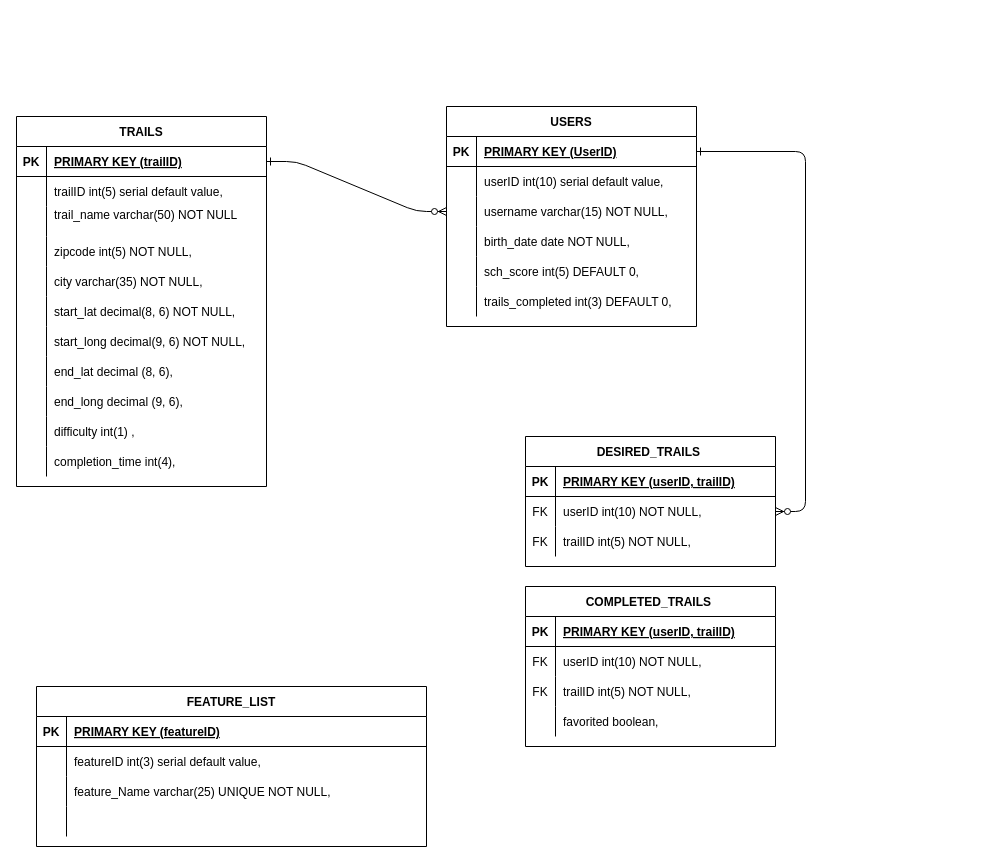
This is Example Screenshots/Untitled Diagram.drawio from michaelbabinec/SoCalHikes, a draw.io file, before an edit. Source tidied: cells renumbered, new cells numbered last; positions are measured from the earlier drawing's top-left corner, leaving out a move shared by most shapes. Both pictures are drawn from the tidied source at 100%, with x=0, y=0 at pixel (16, 106).
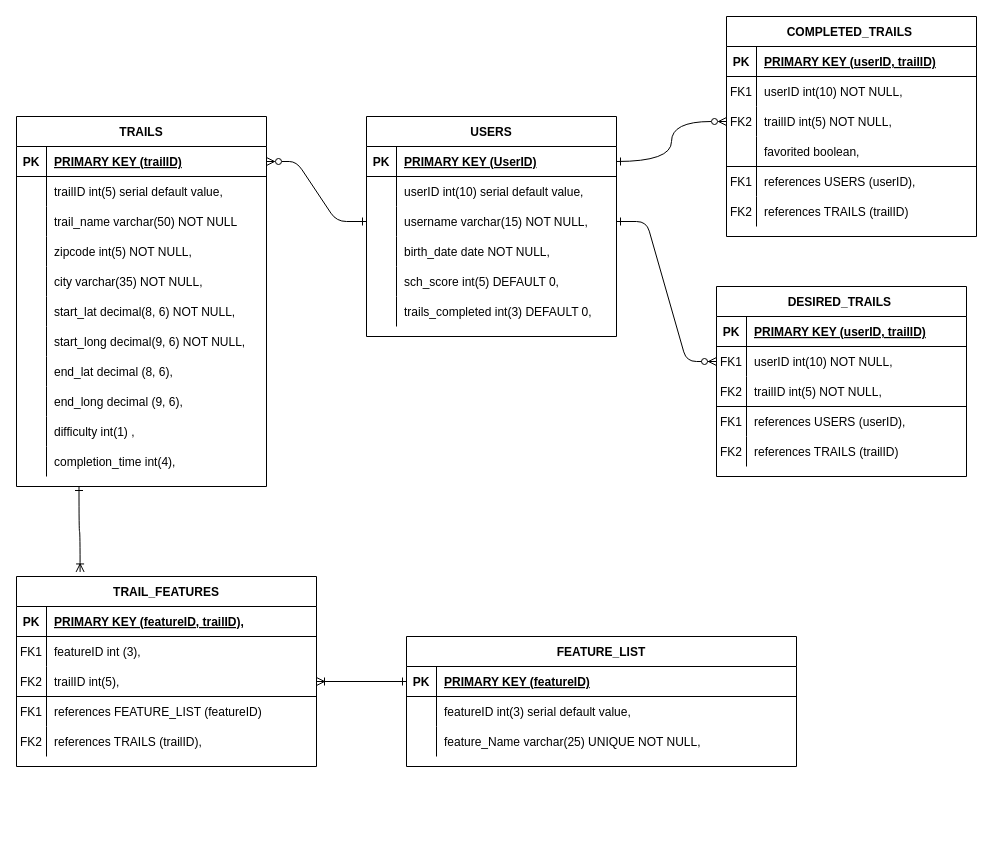
The same page after the edit.

The change refers to these unchanged cells:
```xml
<mxCell id="5" style="shape=partialRectangle;fillColor=none;points=[[0,0.5],[1,0.5]];portConstraint=eastwest;top=0;left=0;right=0;bottom=1;" parent="4" vertex="1">
  <mxGeometry y="30" width="250" height="30" as="geometry" />
</mxCell>
<mxCell id="11" style="shape=partialRectangle;fillColor=none;points=[[0,0.5],[1,0.5]];portConstraint=eastwest;top=0;left=0;right=0;bottom=0;" parent="4" vertex="1">
  <mxGeometry y="90" width="250" height="30" as="geometry" />
</mxCell>
<mxCell id="27" style="shape=partialRectangle;fillColor=none;points=[[0,0.5],[1,0.5]];portConstraint=eastwest;top=0;left=0;right=0;bottom=0;" parent="23" vertex="1">
  <mxGeometry y="60" width="250" height="30" as="geometry" />
</mxCell>
<mxCell id="30" style="shape=partialRectangle;fillColor=none;top=0;left=0;right=0;bottom=0;" parent="23" vertex="1">
  <mxGeometry y="90" width="250" height="30" as="geometry" />
</mxCell>
<mxCell id="33" value="TRAILS" style="shape=table;startSize=30;childLayout=tableLayout;rowLines=0;fontStyle=1;align=center;" parent="1" vertex="1">
  <mxGeometry y="10" width="250" height="370" as="geometry" />
</mxCell>
<mxCell id="34" style="shape=partialRectangle;fillColor=none;points=[[0,0.5],[1,0.5]];portConstraint=eastwest;top=0;left=0;right=0;bottom=1;" parent="33" vertex="1">
  <mxGeometry y="30" width="250" height="30" as="geometry" />
</mxCell>
<mxCell id="40" style="shape=partialRectangle;fillColor=none;top=0;left=0;right=0;bottom=0;" parent="33" vertex="1">
  <mxGeometry y="90" width="250" height="30" as="geometry" />
</mxCell>
<mxCell id="71" style="shape=partialRectangle;fillColor=none;top=0;left=0;right=0;bottom=0;" parent="67" vertex="1">
  <mxGeometry y="60" width="250" height="30" as="geometry" />
</mxCell>
<mxCell id="74" style="shape=partialRectangle;fillColor=none;points=[[0,0.5],[1,0.5]];portConstraint=eastwest;top=0;left=0;right=0;bottom=0;" parent="67" vertex="1">
  <mxGeometry y="90" width="250" height="30" as="geometry" />
</mxCell>
<mxCell id="81" style="shape=partialRectangle;fillColor=none;points=[[0,0.5],[1,0.5]];portConstraint=eastwest;top=0;left=0;right=0;bottom=1;" parent="80" vertex="1">
  <mxGeometry y="30" width="390" height="30" as="geometry" />
</mxCell>
```

Diff of the diagram source:
```diff
@@
-    <mxCell id="2" style="edgeStyle=entityRelationEdgeStyle;endArrow=ERzeroToMany;startArrow=ERone;endFill=1;startFill=0;" parent="1" edge="1" source="34" target="11">
+    <mxCell id="2" style="edgeStyle=entityRelationEdgeStyle;endArrow=ERone;startArrow=ERzeroToMany;endFill=0;startFill=0;" parent="1" edge="1" source="34" target="11">
       <mxGeometry relative="1" as="geometry" />
     </mxCell>
-    <mxCell id="3" style="edgeStyle=entityRelationEdgeStyle;endArrow=ERzeroToMany;startArrow=ERone;endFill=1;startFill=0;" parent="1" edge="1" source="5" target="27">
+    <mxCell id="3" style="edgeStyle=entityRelationEdgeStyle;endArrow=ERzeroToMany;startArrow=ERone;endFill=1;startFill=0;exitX=1;exitY=0.5;exitDx=0;exitDy=0;" parent="1" edge="1" source="11" target="27">
       <mxGeometry relative="1" as="geometry" />
     </mxCell>
     <mxCell id="4" value="USERS" style="shape=table;startSize=30;childLayout=tableLayout;rowLines=0;fontStyle=1;align=center;" parent="1" vertex="1">
-      <mxGeometry x="430" width="250" height="220" as="geometry" />
+      <mxGeometry x="350" y="10" width="250" height="220" as="geometry" />
     </mxCell>
@@
     <mxCell id="23" value="DESIRED_TRAILS " style="shape=table;startSize=30;childLayout=tableLayout;rowLines=0;fontStyle=1;align=center;" parent="1" vertex="1">
-      <mxGeometry x="509" y="330" width="250" height="130" as="geometry" />
+      <mxGeometry x="700" y="180" width="250" height="190" as="geometry" />
     </mxCell>
@@
-    <mxCell id="28" value="FK" style="shape=partialRectangle;overflow=hidden;fillColor=none;top=0;left=0;bottom=0;right=0;" parent="27" vertex="1">
+    <mxCell id="28" value="FK1" style="shape=partialRectangle;overflow=hidden;fillColor=none;top=0;left=0;bottom=0;right=0;" parent="27" vertex="1">
       <mxGeometry width="30" height="30" as="geometry" />
     </mxCell>
@@
-    <mxCell id="31" value="FK" style="shape=partialRectangle;overflow=hidden;fillColor=none;top=0;left=0;bottom=0;right=0;" parent="30" vertex="1">
+    <mxCell id="31" value="FK2" style="shape=partialRectangle;overflow=hidden;fillColor=none;top=0;left=0;bottom=0;right=0;" parent="30" vertex="1">
       <mxGeometry width="30" height="30" as="geometry" />
     </mxCell>
@@
+    <mxCell id="93" style="shape=partialRectangle;fillColor=none;top=1;left=0;right=0;bottom=0;" parent="23" vertex="1">
+      <mxGeometry y="120" width="250" height="30" as="geometry" />
+    </mxCell>
+    <mxCell id="94" value="FK1" style="shape=partialRectangle;overflow=hidden;fillColor=none;top=0;left=0;bottom=0;right=0;" parent="93" vertex="1">
+      <mxGeometry width="30" height="30" as="geometry" />
+    </mxCell>
+    <mxCell id="95" value="references USERS (userID)," style="shape=partialRectangle;overflow=hidden;fillColor=none;top=0;left=0;bottom=0;right=0;align=left;spacingLeft=6;" parent="93" vertex="1">
+      <mxGeometry x="30" width="220" height="30" as="geometry" />
+    </mxCell>
+    <mxCell id="96" style="shape=partialRectangle;fillColor=none;top=0;left=0;right=0;bottom=0;" parent="23" vertex="1">
+      <mxGeometry y="150" width="250" height="30" as="geometry" />
+    </mxCell>
+    <mxCell id="97" value="FK2" style="shape=partialRectangle;overflow=hidden;fillColor=none;top=0;left=0;bottom=0;right=0;" parent="96" vertex="1">
+      <mxGeometry width="30" height="30" as="geometry" />
+    </mxCell>
+    <mxCell id="98" value="references TRAILS (trailID)" style="shape=partialRectangle;overflow=hidden;fillColor=none;top=0;left=0;bottom=0;right=0;align=left;spacingLeft=6;" parent="96" vertex="1">
+      <mxGeometry x="30" width="220" height="30" as="geometry" />
+    </mxCell>
@@
-    <mxCell id="42" value="trail_name varchar(50) NOT NULL&#10;" style="shape=partialRectangle;overflow=hidden;fillColor=none;top=0;left=0;bottom=0;right=0;align=left;spacingLeft=6;" parent="40" vertex="1">
+    <mxCell id="42" value="trail_name varchar(50) NOT NULL" style="shape=partialRectangle;overflow=hidden;fillColor=none;top=0;left=0;bottom=0;right=0;align=left;spacingLeft=6;" parent="40" vertex="1">
       <mxGeometry x="30" width="220" height="30" as="geometry" />
     </mxCell>
@@
     <mxCell id="67" value="COMPLETED_TRAILS " style="shape=table;startSize=30;childLayout=tableLayout;rowLines=0;fontStyle=1;align=center;" parent="1" vertex="1">
-      <mxGeometry x="509" y="480" width="250" height="160" as="geometry" />
+      <mxGeometry x="710" y="-90" width="250" height="220" as="geometry" />
     </mxCell>
@@
-    <mxCell id="72" value="FK" style="shape=partialRectangle;overflow=hidden;fillColor=none;top=0;left=0;bottom=0;right=0;" parent="71" vertex="1">
+    <mxCell id="72" value="FK1" style="shape=partialRectangle;overflow=hidden;fillColor=none;top=0;left=0;bottom=0;right=0;" parent="71" vertex="1">
       <mxGeometry width="30" height="30" as="geometry" />
     </mxCell>
@@
-    <mxCell id="75" value="FK" style="shape=partialRectangle;overflow=hidden;fillColor=none;top=0;left=0;bottom=0;right=0;" parent="74" vertex="1">
+    <mxCell id="75" value="FK2" style="shape=partialRectangle;overflow=hidden;fillColor=none;top=0;left=0;bottom=0;right=0;" parent="74" vertex="1">
       <mxGeometry width="30" height="30" as="geometry" />
     </mxCell>
@@
+    <mxCell id="99" style="shape=partialRectangle;fillColor=none;top=1;left=0;right=0;bottom=0;" parent="67" vertex="1">
+      <mxGeometry y="150" width="250" height="30" as="geometry" />
+    </mxCell>
+    <mxCell id="100" value="FK1" style="shape=partialRectangle;overflow=hidden;fillColor=none;top=0;left=0;bottom=0;right=0;" parent="99" vertex="1">
+      <mxGeometry width="30" height="30" as="geometry" />
+    </mxCell>
+    <mxCell id="101" value="references USERS (userID)," style="shape=partialRectangle;overflow=hidden;fillColor=none;top=0;left=0;bottom=0;right=0;align=left;spacingLeft=6;" parent="99" vertex="1">
+      <mxGeometry x="30" width="220" height="30" as="geometry" />
+    </mxCell>
+    <mxCell id="102" style="shape=partialRectangle;fillColor=none;top=0;left=0;right=0;bottom=0;" parent="67" vertex="1">
+      <mxGeometry y="180" width="250" height="30" as="geometry" />
+    </mxCell>
+    <mxCell id="103" value="FK2" style="shape=partialRectangle;overflow=hidden;fillColor=none;top=0;left=0;bottom=0;right=0;" parent="102" vertex="1">
+      <mxGeometry width="30" height="30" as="geometry" />
+    </mxCell>
+    <mxCell id="104" value="references TRAILS (trailID)" style="shape=partialRectangle;overflow=hidden;fillColor=none;top=0;left=0;bottom=0;right=0;align=left;spacingLeft=6;" parent="102" vertex="1">
+      <mxGeometry x="30" width="220" height="30" as="geometry" />
+    </mxCell>
     <mxCell id="80" value="FEATURE_LIST" style="shape=table;startSize=30;childLayout=tableLayout;rowLines=0;fontStyle=1;align=center;" parent="1" vertex="1">
-      <mxGeometry x="20" y="580" width="390" height="160" as="geometry" />
+      <mxGeometry x="390" y="530" width="390" height="130" as="geometry" />
     </mxCell>
@@
-    <mxCell id="90" style="shape=partialRectangle;fillColor=none;top=0;left=0;right=0;bottom=0;" parent="80" vertex="1">
-      <mxGeometry y="120" width="390" height="30" as="geometry" />
-    </mxCell>
-    <mxCell id="91" style="shape=partialRectangle;overflow=hidden;fillColor=none;top=0;left=0;bottom=0;right=0;" parent="90" vertex="1">
-      <mxGeometry width="30" height="30" as="geometry" />
-    </mxCell>
-    <mxCell id="92" style="shape=partialRectangle;overflow=hidden;fillColor=none;top=0;left=0;bottom=0;right=0;align=left;spacingLeft=6;" parent="90" vertex="1">
-      <mxGeometry x="30" width="360" height="30" as="geometry" />
-    </mxCell>
+    <mxCell id="105" style="edgeStyle=orthogonalEdgeStyle;rounded=1;jettySize=auto;html=1;exitX=1;exitY=0.5;exitDx=0;exitDy=0;entryX=0;entryY=0.5;entryDx=0;entryDy=0;strokeColor=default;endArrow=ERzeroToMany;endFill=0;startArrow=ERone;startFill=0;curved=1;" parent="1" edge="1" source="5" target="74">
+      <mxGeometry relative="1" as="geometry" />
+    </mxCell>
+    <mxCell id="106" value="TRAIL_FEATURES" style="shape=table;startSize=30;childLayout=tableLayout;rowLines=0;fontStyle=1;align=center;" parent="1" vertex="1">
+      <mxGeometry y="470" width="300" height="190" as="geometry" />
+    </mxCell>
+    <mxCell id="107" style="shape=partialRectangle;fillColor=none;top=0;left=0;right=0;bottom=1;" parent="106" vertex="1">
+      <mxGeometry y="30" width="300" height="30" as="geometry" />
+    </mxCell>
+    <mxCell id="108" value="PK" style="shape=partialRectangle;overflow=hidden;fillColor=none;top=0;left=0;bottom=0;right=0;fontStyle=1;" parent="107" vertex="1">
+      <mxGeometry width="30" height="30" as="geometry" />
+    </mxCell>
+    <mxCell id="109" value="PRIMARY KEY (featureID, trailID), " style="shape=partialRectangle;overflow=hidden;fillColor=none;top=0;left=0;bottom=0;right=0;align=left;spacingLeft=6;fontStyle=5;" parent="107" vertex="1">
+      <mxGeometry x="30" width="270" height="30" as="geometry" />
+    </mxCell>
+    <mxCell id="110" style="shape=partialRectangle;fillColor=none;top=0;left=0;right=0;bottom=0;" parent="106" vertex="1">
+      <mxGeometry y="60" width="300" height="30" as="geometry" />
+    </mxCell>
+    <mxCell id="111" value="FK1" style="shape=partialRectangle;overflow=hidden;fillColor=none;top=0;left=0;bottom=0;right=0;" parent="110" vertex="1">
+      <mxGeometry width="30" height="30" as="geometry" />
+    </mxCell>
+    <mxCell id="112" value="featureID int (3)," style="shape=partialRectangle;overflow=hidden;fillColor=none;top=0;left=0;bottom=0;right=0;align=left;spacingLeft=6;" parent="110" vertex="1">
+      <mxGeometry x="30" width="270" height="30" as="geometry" />
+    </mxCell>
+    <mxCell id="113" style="shape=partialRectangle;fillColor=none;points=[[0,0.5],[1,0.5]];portConstraint=eastwest;top=0;left=0;right=0;bottom=0;" parent="106" vertex="1">
+      <mxGeometry y="90" width="300" height="30" as="geometry" />
+    </mxCell>
+    <mxCell id="114" value="FK2" style="shape=partialRectangle;overflow=hidden;fillColor=none;top=0;left=0;bottom=0;right=0;" parent="113" vertex="1">
+      <mxGeometry width="30" height="30" as="geometry" />
+    </mxCell>
+    <mxCell id="115" value="trailID int(5)," style="shape=partialRectangle;overflow=hidden;fillColor=none;top=0;left=0;bottom=0;right=0;align=left;spacingLeft=6;" parent="113" vertex="1">
+      <mxGeometry x="30" width="270" height="30" as="geometry" />
+    </mxCell>
+    <mxCell id="116" style="shape=partialRectangle;fillColor=none;top=1;left=0;right=0;bottom=0;" parent="106" vertex="1">
+      <mxGeometry y="120" width="300" height="30" as="geometry" />
+    </mxCell>
+    <mxCell id="117" value="FK1" style="shape=partialRectangle;overflow=hidden;fillColor=none;top=0;left=0;bottom=0;right=0;" parent="116" vertex="1">
+      <mxGeometry width="30" height="30" as="geometry" />
+    </mxCell>
+    <mxCell id="118" value="references FEATURE_LIST (featureID)" style="shape=partialRectangle;overflow=hidden;fillColor=none;top=0;left=0;bottom=0;right=0;align=left;spacingLeft=6;" parent="116" vertex="1">
+      <mxGeometry x="30" width="270" height="30" as="geometry" />
+    </mxCell>
+    <mxCell id="119" style="shape=partialRectangle;fillColor=none;top=0;left=0;right=0;bottom=0;" parent="106" vertex="1">
+      <mxGeometry y="150" width="300" height="30" as="geometry" />
+    </mxCell>
+    <mxCell id="120" value="FK2" style="shape=partialRectangle;overflow=hidden;fillColor=none;top=0;left=0;bottom=0;right=0;" parent="119" vertex="1">
+      <mxGeometry width="30" height="30" as="geometry" />
+    </mxCell>
+    <mxCell id="121" value="references TRAILS (trailID)," style="shape=partialRectangle;overflow=hidden;fillColor=none;top=0;left=0;bottom=0;right=0;align=left;spacingLeft=6;" parent="119" vertex="1">
+      <mxGeometry x="30" width="270" height="30" as="geometry" />
+    </mxCell>
+    <mxCell id="122" style="edgeStyle=orthogonalEdgeStyle;jettySize=auto;html=1;exitX=0.25;exitY=1;exitDx=0;exitDy=0;entryX=0.212;entryY=-0.024;entryDx=0;entryDy=0;entryPerimeter=0;rounded=1;curved=1;startArrow=ERone;startFill=0;endArrow=ERoneToMany;endFill=0;" parent="1" edge="1" source="33" target="106">
+      <mxGeometry relative="1" as="geometry" />
+    </mxCell>
+    <mxCell id="123" style="edgeStyle=orthogonalEdgeStyle;rounded=0;jettySize=auto;html=1;exitX=1;exitY=0.5;exitDx=0;exitDy=0;entryX=0;entryY=0.5;entryDx=0;entryDy=0;startArrow=ERoneToMany;startFill=0;endArrow=ERone;endFill=0;" parent="1" edge="1" source="113" target="81">
+      <mxGeometry relative="1" as="geometry" />
+    </mxCell>
```
